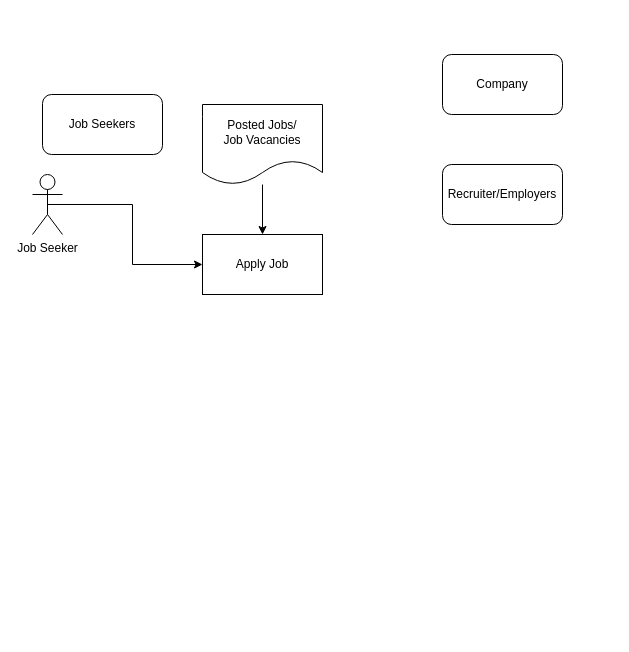
Above: Untitled Diagram.drawio in johnjumaritz/Conceptual_Framework-JFS (draw.io), before the change. Source tidied: cells renumbered, new cells numbered last; positions are measured from the earlier drawing's top-left corner, leaving out a move shared by most shapes. Both pictures are drawn from the tidied source at 100%, with x=0, y=0 at pixel (32, 54).
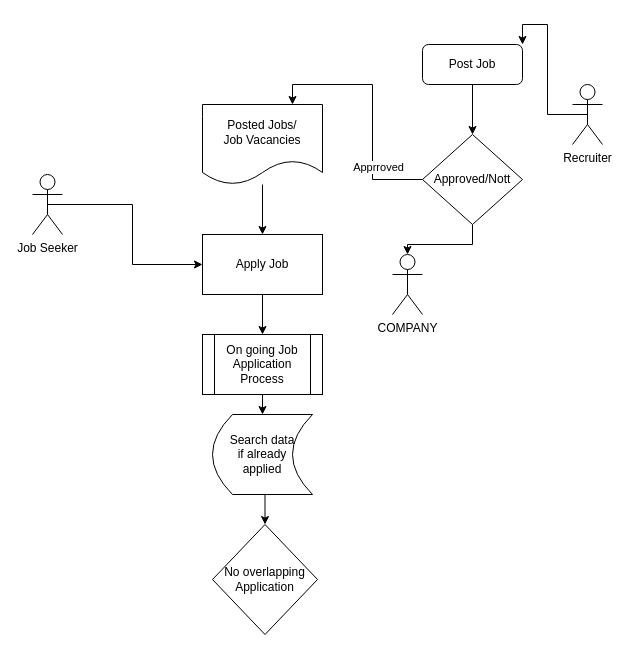
After the change.

Unchanged cells that the change refers to:
```xml
<mxCell id="2" value="Apply Job" style="rounded=0;whiteSpace=wrap;html=1;" parent="1" vertex="1">
  <mxGeometry x="170" y="180" width="120" height="60" as="geometry" />
</mxCell>
<mxCell id="9" value="Posted Jobs/&lt;br&gt;Job Vacancies" style="shape=document;whiteSpace=wrap;html=1;boundedLbl=1;" parent="1" vertex="1">
  <mxGeometry x="170" y="50" width="120" height="80" as="geometry" />
</mxCell>
```

The edit, as a diff of the source:
```diff
@@
+    <mxCell id="10" style="edgeStyle=orthogonalEdgeStyle;rounded=0;jettySize=auto;html=1;" parent="1" edge="1" source="2" target="20">
+      <mxGeometry relative="1" as="geometry" />
+    </mxCell>
@@
-    <mxCell id="3" value="Job Seekers" style="rounded=1;whiteSpace=wrap;html=1;" parent="1" vertex="1">
-      <mxGeometry x="10" y="40" width="120" height="60" as="geometry" />
-    </mxCell>
+    <mxCell id="11" style="edgeStyle=orthogonalEdgeStyle;rounded=0;jettySize=auto;html=1;" parent="1" edge="1" source="4" target="17">
+      <mxGeometry relative="1" as="geometry" />
+    </mxCell>
-    <mxCell id="4" value="Company" style="rounded=1;whiteSpace=wrap;html=1;" parent="1" vertex="1">
-      <mxGeometry x="410" width="120" height="60" as="geometry" />
+    <mxCell id="4" value="Post Job" style="rounded=1;whiteSpace=wrap;html=1;" parent="1" vertex="1">
+      <mxGeometry x="390" y="-10" width="100" height="40" as="geometry" />
     </mxCell>
-    <mxCell id="5" value="Recruiter/Employers" style="rounded=1;whiteSpace=wrap;html=1;" parent="1" vertex="1">
-      <mxGeometry x="410" y="110" width="120" height="60" as="geometry" />
-    </mxCell>
@@
+    <mxCell id="12" style="edgeStyle=orthogonalEdgeStyle;rounded=0;jettySize=auto;html=1;exitX=0.5;exitY=0.5;exitDx=0;exitDy=0;exitPerimeter=0;entryX=1;entryY=0;entryDx=0;entryDy=0;" parent="1" edge="1" source="13" target="4">
+      <mxGeometry relative="1" as="geometry" />
+    </mxCell>
+    <mxCell id="13" value="Recruiter" style="shape=umlActor;verticalLabelPosition=bottom;verticalAlign=top;html=1;outlineConnect=0;" parent="1" vertex="1">
+      <mxGeometry x="540" y="30" width="30" height="60" as="geometry" />
+    </mxCell>
+    <mxCell id="14" style="edgeStyle=orthogonalEdgeStyle;rounded=0;jettySize=auto;html=1;" parent="1" edge="1" source="17" target="18">
+      <mxGeometry relative="1" as="geometry" />
+    </mxCell>
+    <mxCell id="15" style="edgeStyle=orthogonalEdgeStyle;rounded=0;jettySize=auto;html=1;exitX=0;exitY=0.5;exitDx=0;exitDy=0;entryX=0.75;entryY=0;entryDx=0;entryDy=0;" parent="1" edge="1" source="17" target="9">
+      <mxGeometry relative="1" as="geometry" />
+    </mxCell>
+    <mxCell id="16" value="Apprroved" style="edgeLabel;html=1;align=center;verticalAlign=middle;" parent="15" vertex="1">
+      <mxGeometry x="-0.49" y="-5" relative="1" as="geometry">
+        <mxPoint y="-1" as="offset" />
+      </mxGeometry>
+    </mxCell>
+    <mxCell id="17" value="Approved/Nott" style="rhombus;whiteSpace=wrap;html=1;" parent="1" vertex="1">
+      <mxGeometry x="390" y="80" width="100" height="90" as="geometry" />
+    </mxCell>
+    <mxCell id="18" value="COMPANY&lt;br&gt;" style="shape=umlActor;verticalLabelPosition=bottom;verticalAlign=top;html=1;outlineConnect=0;" parent="1" vertex="1">
+      <mxGeometry x="360" y="200" width="30" height="60" as="geometry" />
+    </mxCell>
+    <mxCell id="19" style="edgeStyle=orthogonalEdgeStyle;rounded=0;jettySize=auto;html=1;exitX=0.5;exitY=1;exitDx=0;exitDy=0;entryX=0.5;entryY=0;entryDx=0;entryDy=0;" parent="1" edge="1" source="20" target="22">
+      <mxGeometry relative="1" as="geometry" />
+    </mxCell>
+    <mxCell id="20" value="On going Job Application Process" style="shape=process;whiteSpace=wrap;html=1;backgroundOutline=1;" parent="1" vertex="1">
+      <mxGeometry x="170" y="280" width="120" height="60" as="geometry" />
+    </mxCell>
+    <mxCell id="21" style="edgeStyle=orthogonalEdgeStyle;rounded=0;jettySize=auto;html=1;exitX=0.5;exitY=1;exitDx=0;exitDy=0;entryX=0.5;entryY=0;entryDx=0;entryDy=0;" parent="1" edge="1" source="22" target="23">
+      <mxGeometry relative="1" as="geometry" />
+    </mxCell>
+    <mxCell id="22" value="Search data&lt;br&gt;if already&lt;br&gt;applied" style="shape=dataStorage;whiteSpace=wrap;html=1;fixedSize=1;" parent="1" vertex="1">
+      <mxGeometry x="180" y="360" width="100" height="80" as="geometry" />
+    </mxCell>
+    <mxCell id="23" value="No overlapping&lt;br&gt;Application" style="rhombus;whiteSpace=wrap;html=1;" parent="1" vertex="1">
+      <mxGeometry x="180" y="470" width="105" height="110" as="geometry" />
+    </mxCell>
```
